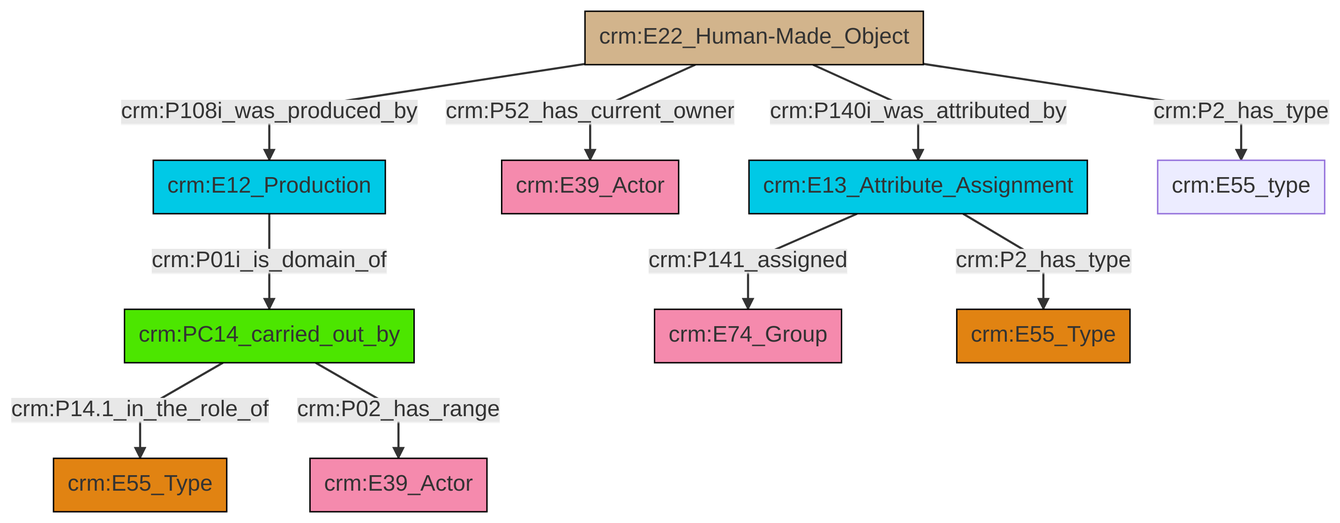
Earlier version of the Mermaid export et/builtWorkCSV/ttl/mmd/png/Built_Work_actor_relations.png (swiss-art-research-net/docs.swissartresearch). Its source is kept beside it as et/builtWorkCSV/ttl/mmd/Built_Work_actor_relations.ttl.mmd. The source it was exported from:
```mermaid
graph TD
classDef Literal fill:#f2f2f2,stroke:#000000;
classDef CRM_Entity fill:#FFFFFF,stroke:#000000;
classDef Temporal_Entity fill:#00C9E6, stroke:#000000;
classDef Type fill:#E18312, stroke:#000000;
classDef Time-Span fill:#2C9C91, stroke:#000000;
classDef Appellation fill:#FFEB7F, stroke:#000000;
classDef Place fill:#008836, stroke:#000000;
classDef Persistent_Item fill:#B266B2, stroke:#000000;
classDef Conceptual_Object fill:#FFD700, stroke:#000000;
classDef Physical_Thing fill:#D2B48C, stroke:#000000;
classDef Actor fill:#f58aad, stroke:#000000;
classDef PC_Classes fill:#4ce600, stroke:#000000;
classDef Multi fill:#cccccc,stroke:#000000;

0["crm:E22_Human-Made_Object"]:::Physical_Thing -->|crm:P108i_was_produced_by| 1["crm:E12_Production"]:::Temporal_Entity
1["crm:E12_Production"]:::Temporal_Entity -->|crm:P01i_is_domain_of| 4["crm:PC14_carried_out_by"]:::PC_Classes
0["crm:E22_Human-Made_Object"]:::Physical_Thing -->|crm:P52_has_current_owner| 7["crm:E39_Actor"]:::Actor
13["crm:E13_Attribute_Assignment"]:::Temporal_Entity -->|crm:P2_has_type| 10["crm:E55_Type"]:::Type
0["crm:E22_Human-Made_Object"]:::Physical_Thing -->|crm:P2_has_type| 14["crm:E55_type"]:::Default
13["crm:E13_Attribute_Assignment"]:::Temporal_Entity -->|crm:P141_assigned| 5["crm:E74_Group"]:::Actor
4["crm:PC14_carried_out_by"]:::PC_Classes -->|crm:P14.1_in_the_role_of| 8["crm:E55_Type"]:::Type
4["crm:PC14_carried_out_by"]:::PC_Classes -->|crm:P02_has_range| 2["crm:E39_Actor"]:::Actor
0["crm:E22_Human-Made_Object"]:::Physical_Thing -->|crm:P140i_was_attributed_by| 13["crm:E13_Attribute_Assignment"]:::Temporal_Entity
```
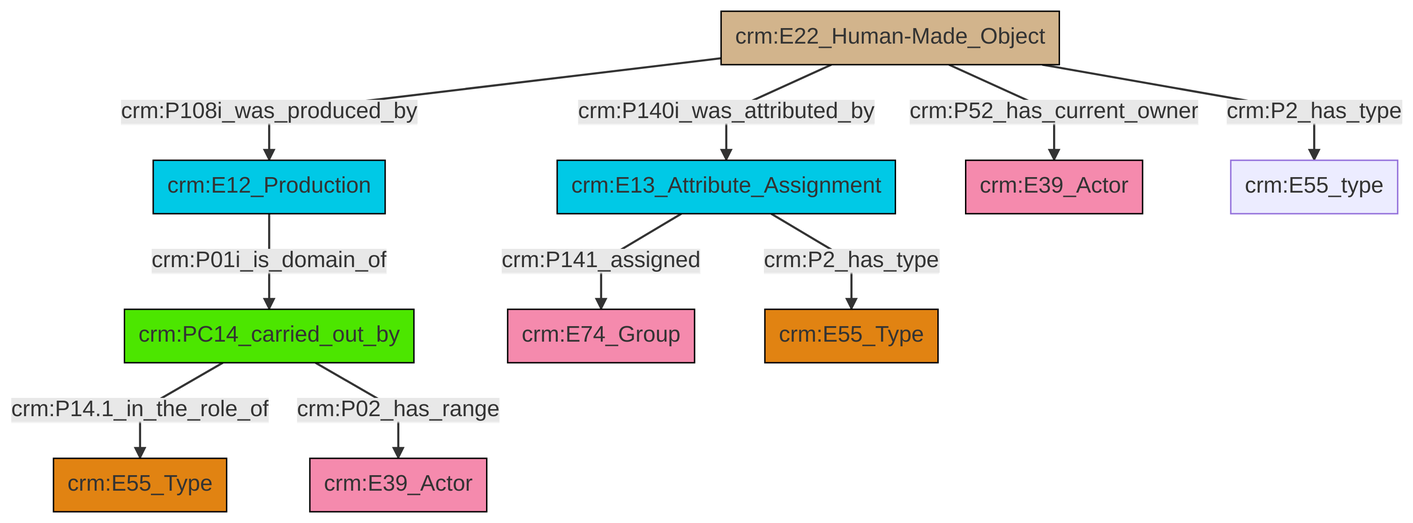
The same file after the commit.

Diff of the diagram source:
```diff
@@ -13,12 +13,12 @@
 classDef PC_Classes fill:#4ce600, stroke:#000000;
 classDef Multi fill:#cccccc,stroke:#000000;
 
-0["crm:E22_Human-Made_Object"]:::Physical_Thing -->|crm:P108i_was_produced_by| 1["crm:E12_Production"]:::Temporal_Entity
-1["crm:E12_Production"]:::Temporal_Entity -->|crm:P01i_is_domain_of| 4["crm:PC14_carried_out_by"]:::PC_Classes
-0["crm:E22_Human-Made_Object"]:::Physical_Thing -->|crm:P52_has_current_owner| 7["crm:E39_Actor"]:::Actor
-13["crm:E13_Attribute_Assignment"]:::Temporal_Entity -->|crm:P2_has_type| 10["crm:E55_Type"]:::Type
-0["crm:E22_Human-Made_Object"]:::Physical_Thing -->|crm:P2_has_type| 14["crm:E55_type"]:::Default
-13["crm:E13_Attribute_Assignment"]:::Temporal_Entity -->|crm:P141_assigned| 5["crm:E74_Group"]:::Actor
-4["crm:PC14_carried_out_by"]:::PC_Classes -->|crm:P14.1_in_the_role_of| 8["crm:E55_Type"]:::Type
-4["crm:PC14_carried_out_by"]:::PC_Classes -->|crm:P02_has_range| 2["crm:E39_Actor"]:::Actor
-0["crm:E22_Human-Made_Object"]:::Physical_Thing -->|crm:P140i_was_attributed_by| 13["crm:E13_Attribute_Assignment"]:::Temporal_Entity
+4["crm:E22_Human-Made_Object"]:::Physical_Thing -->|crm:P140i_was_attributed_by| 5["crm:E13_Attribute_Assignment"]:::Temporal_Entity
+4["crm:E22_Human-Made_Object"]:::Physical_Thing -->|crm:P52_has_current_owner| 7["crm:E39_Actor"]:::Actor
+4["crm:E22_Human-Made_Object"]:::Physical_Thing -->|crm:P108i_was_produced_by| 2["crm:E12_Production"]:::Temporal_Entity
+4["crm:E22_Human-Made_Object"]:::Physical_Thing -->|crm:P2_has_type| 8["crm:E55_type"]:::Default
+9["crm:PC14_carried_out_by"]:::PC_Classes -->|crm:P14.1_in_the_role_of| 10["crm:E55_Type"]:::Type
+9["crm:PC14_carried_out_by"]:::PC_Classes -->|crm:P02_has_range| 0["crm:E39_Actor"]:::Actor
+2["crm:E12_Production"]:::Temporal_Entity -->|crm:P01i_is_domain_of| 9["crm:PC14_carried_out_by"]:::PC_Classes
+5["crm:E13_Attribute_Assignment"]:::Temporal_Entity -->|crm:P141_assigned| 15["crm:E74_Group"]:::Actor
+5["crm:E13_Attribute_Assignment"]:::Temporal_Entity -->|crm:P2_has_type| 16["crm:E55_Type"]:::Type
```
